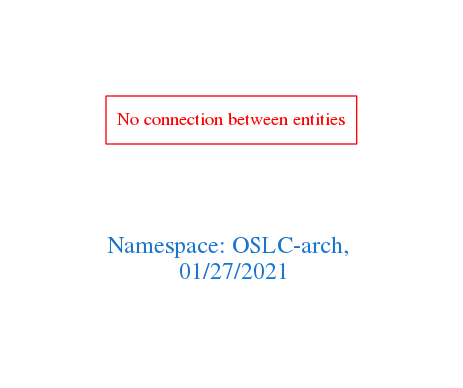
Above: downloads/OSLC-arch.png in arago/OGIT (Graphviz), before the change. Its source is kept beside it as downloads/OSLC-arch.dot.
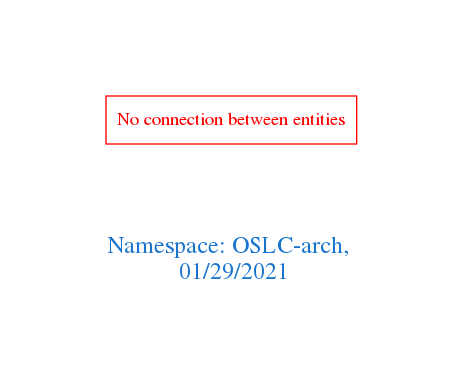
The same diagram one commit later.

Diff of the diagram source:
```diff
@@ -1,7 +1,7 @@
 digraph OGIT_ontology {
  graph [ rankdir= LR,pad=1
 fontsize = 18,
-fontcolor= dodgerblue3,label = "\n\n\nNamespace: OSLC-arch, \n 01/27/2021"];
+fontcolor= dodgerblue3,label = "\n\n\nNamespace: OSLC-arch, \n 01/29/2021"];
 node[shape=polygon];
 edge [  color="gray81"];
 
```
